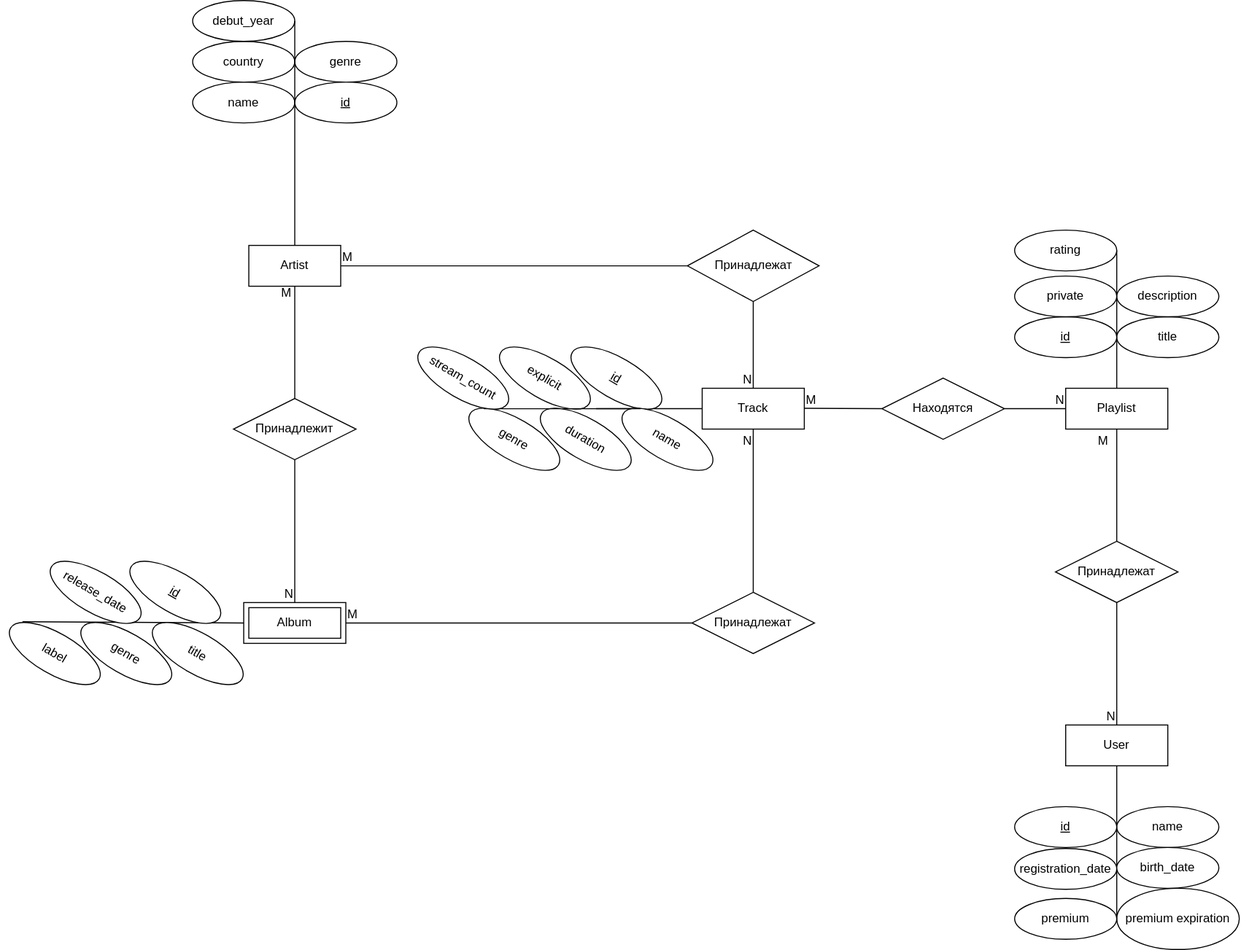
Before: 01_init/diagram/er-diagram.drawio.svg, a diagram exported from draw.io (hahaclassic/bmstu-db). Source tidied: cells renumbered, new cells last; positions are measured from the earlier drawing's top-left corner, leaving out a move shared by most shapes.
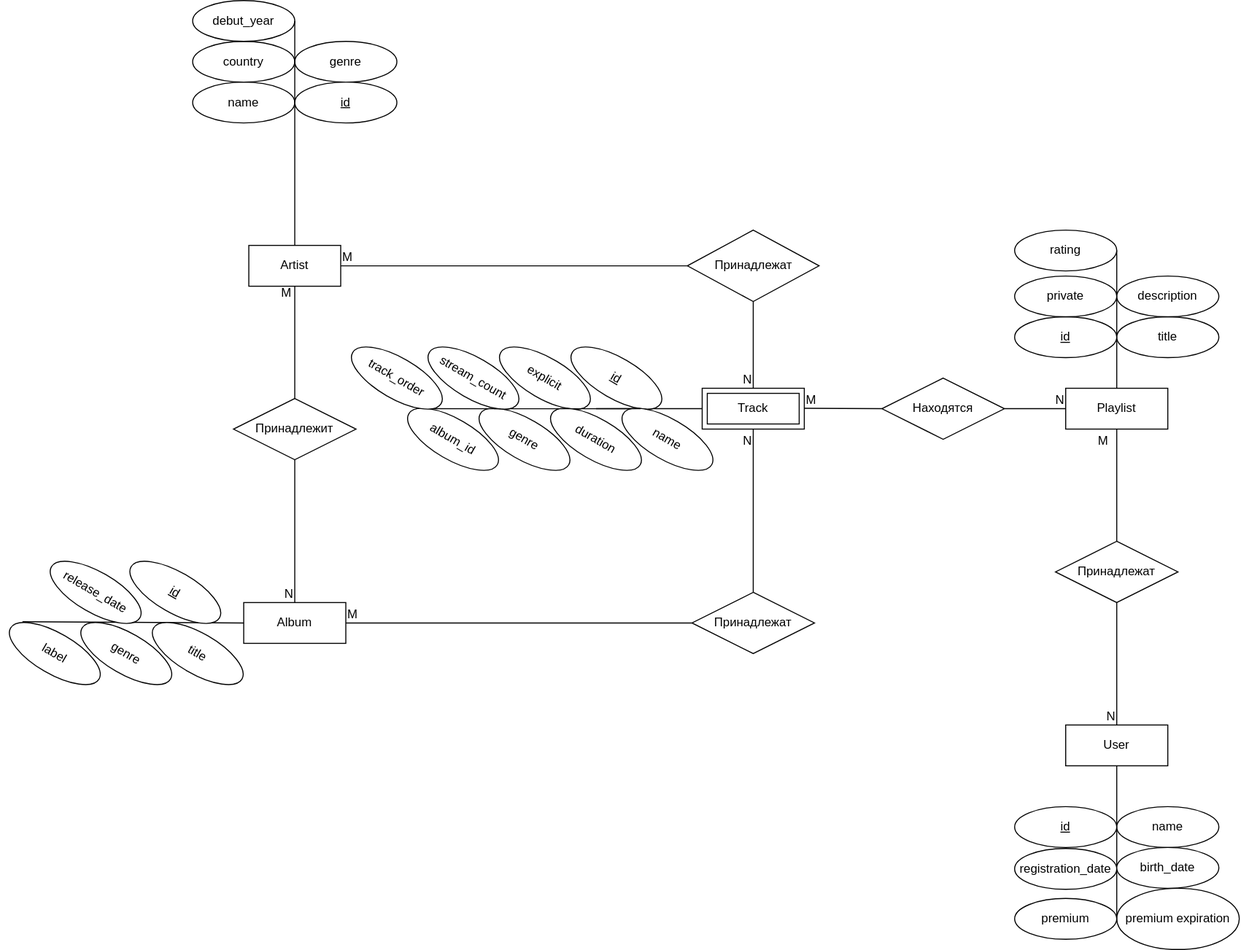
Above is the later version.

Diff of the diagram source:
```diff
@@ -5,7 +5,7 @@
     <mxCell id="2" value="Artist" style="whiteSpace=wrap;html=1;align=center;" parent="1" vertex="1">
       <mxGeometry x="240" y="240" width="90" height="40" as="geometry" />
     </mxCell>
-    <mxCell id="3" value="Track" style="whiteSpace=wrap;html=1;align=center;" parent="1" vertex="1">
+    <mxCell id="3" value="Track" style="shape=ext;margin=3;double=1;whiteSpace=wrap;html=1;align=center;" parent="1" vertex="1">
       <mxGeometry x="684" y="380" width="100" height="40" as="geometry" />
     </mxCell>
     <mxCell id="4" value="User" style="whiteSpace=wrap;html=1;align=center;" parent="1" vertex="1">
@@ -140,10 +140,10 @@
       <mxGeometry x="600" y="410" width="100" height="40" as="geometry" />
     </mxCell>
     <mxCell id="43" value="duration" style="ellipse;whiteSpace=wrap;html=1;align=center;fontStyle=0;rotation=30;" parent="1" vertex="1">
-      <mxGeometry x="520" y="410" width="100" height="40" as="geometry" />
+      <mxGeometry x="530" y="410" width="100" height="40" as="geometry" />
     </mxCell>
     <mxCell id="44" value="genre" style="ellipse;whiteSpace=wrap;html=1;align=center;fontStyle=0;rotation=30;" parent="1" vertex="1">
-      <mxGeometry x="450" y="410" width="100" height="40" as="geometry" />
+      <mxGeometry x="460" y="410" width="100" height="40" as="geometry" />
     </mxCell>
     <mxCell id="45" style="endArrow=none;html=1;rounded=0;entryX=1;entryY=1;entryDx=0;entryDy=0;exitX=0;exitY=0;exitDx=0;exitDy=0;" parent="1" edge="1" source="43" target="40">
       <mxGeometry relative="1" as="geometry" />
@@ -152,7 +152,7 @@
       <mxGeometry relative="1" as="geometry" />
     </mxCell>
     <mxCell id="47" value="stream_count" style="ellipse;whiteSpace=wrap;html=1;align=center;fontStyle=0;rotation=30;" parent="1" vertex="1">
-      <mxGeometry x="400" y="350" width="100" height="40" as="geometry" />
+      <mxGeometry x="410" y="350" width="100" height="40" as="geometry" />
     </mxCell>
     <mxCell id="48" style="endArrow=none;html=1;rounded=0;entryX=0;entryY=0.5;entryDx=0;entryDy=0;exitX=0.07;exitY=0.221;exitDx=0;exitDy=0;exitPerimeter=0;" parent="1" edge="1" source="53" target="66">
       <mxGeometry relative="1" as="geometry" />
@@ -208,11 +208,20 @@
     <mxCell id="65" value="&lt;div&gt;&lt;span style=&quot;background-color: initial;&quot;&gt;rating&lt;/span&gt;&lt;br&gt;&lt;/div&gt;" style="ellipse;whiteSpace=wrap;html=1;align=center;" parent="1" vertex="1">
       <mxGeometry x="990" y="225" width="100" height="40" as="geometry" />
     </mxCell>
-    <mxCell id="66" value="Album" style="shape=ext;margin=3;double=1;whiteSpace=wrap;html=1;align=center;" parent="1" vertex="1">
+    <mxCell id="66" value="Album" style="shape=ext;margin=3;double=0;whiteSpace=wrap;html=1;align=center;" parent="1" vertex="1">
       <mxGeometry x="235" y="590" width="100" height="40" as="geometry" />
     </mxCell>
     <mxCell id="67" value="birth_date" style="ellipse;whiteSpace=wrap;html=1;align=center;" parent="1" vertex="1">
       <mxGeometry x="1090" y="830" width="100" height="40" as="geometry" />
     </mxCell>
+    <mxCell id="68" style="endArrow=none;html=1;rounded=0;entryX=0;entryY=0;entryDx=0;entryDy=0;exitX=0.056;exitY=0.275;exitDx=0;exitDy=0;exitPerimeter=0;" parent="1" edge="1" source="69" target="44">
+      <mxGeometry relative="1" as="geometry" />
+    </mxCell>
+    <mxCell id="69" value="album_id" style="ellipse;whiteSpace=wrap;html=1;align=center;fontStyle=0;rotation=30;" parent="1" vertex="1">
+      <mxGeometry x="390" y="410" width="100" height="40" as="geometry" />
+    </mxCell>
+    <mxCell id="70" value="track_order" style="ellipse;whiteSpace=wrap;html=1;align=center;fontStyle=0;rotation=30;" parent="1" vertex="1">
+      <mxGeometry x="335" y="350" width="100" height="40" as="geometry" />
+    </mxCell>
   </root>
 </mxGraphModel>
```
